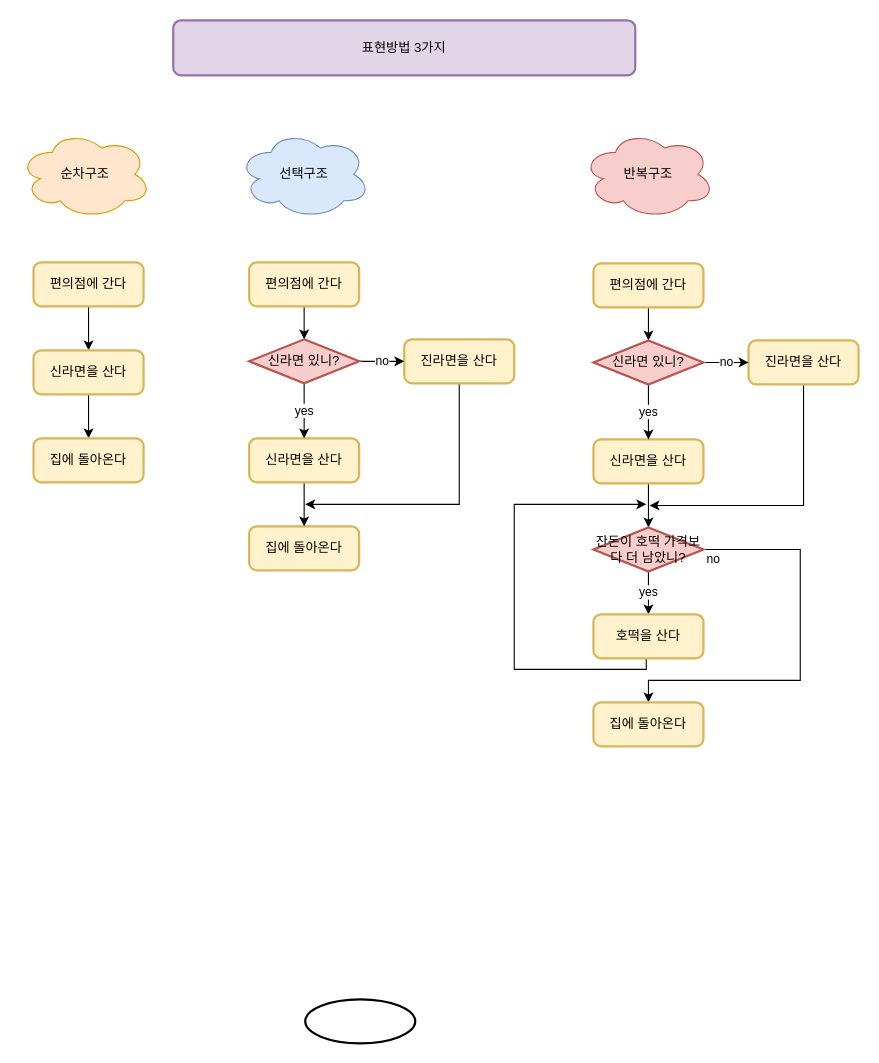
Earlier version of the draw.io diagram 표현방법 3가지.drawio (joy1200/java). Source tidied: cells renumbered, new cells numbered last; positions are measured from the earlier drawing's top-left corner, leaving out a move shared by most shapes. Both pictures are drawn from the tidied source at 110%, with x=0, y=0 at pixel (19, 20).
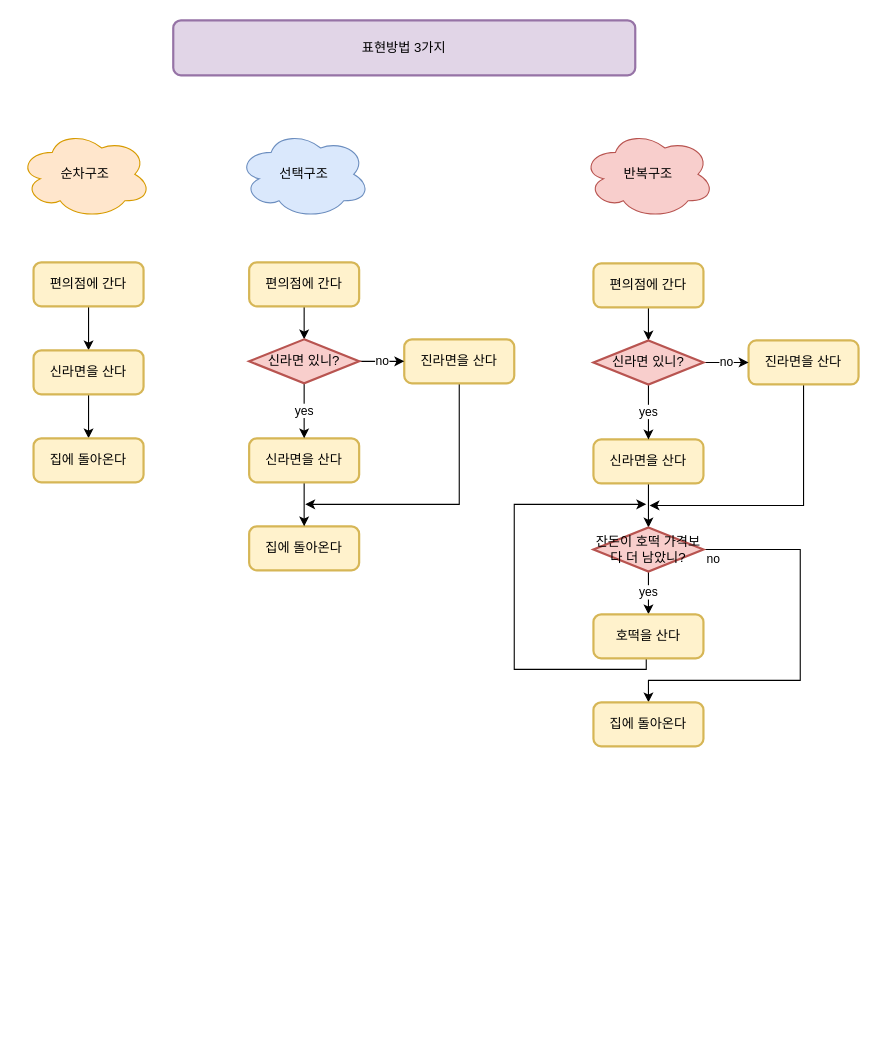
The same page after the edit.

What changed in the source:
```diff
@@
-    <mxCell id="2" style="strokeWidth=2;html=1;shape=mxgraph.flowchart.start_1;whiteSpace=wrap;" parent="1" vertex="1">
-      <mxGeometry x="260" y="890" width="100" height="40" as="geometry" />
-    </mxCell>
```
